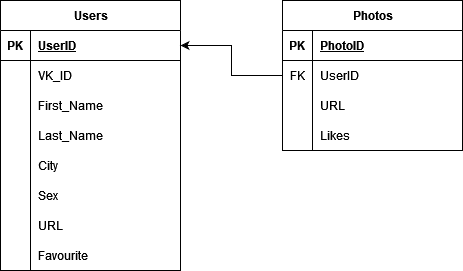
The draw.io diagram PYnder DB.png in Stimul88/PYnder, before a commit. Source tidied: cells renumbered, new cells last; positions are measured from the earlier drawing's top-left corner, leaving out a move shared by most shapes. The source it was exported from:
```xml
<mxGraphModel>
  <root>
    <mxCell id="0" />
    <mxCell id="1" parent="0" />
    <mxCell id="2" value="Users" style="shape=table;startSize=30;rowLines=0;fontStyle=1;align=center;html=1;" parent="1" vertex="1">
      <mxGeometry width="180" height="270" as="geometry" />
    </mxCell>
    <mxCell id="3" style="shape=tableRow;horizontal=0;startSize=0;swimlaneHead=0;swimlaneBody=0;fillColor=none;points=[[0,0.5],[1,0.5]];portConstraint=eastwest;top=0;left=0;right=0;bottom=1;" parent="2" vertex="1">
      <mxGeometry y="30" width="180" height="30" as="geometry" />
    </mxCell>
    <mxCell id="4" value="PK" style="shape=partialRectangle;fillColor=none;top=0;left=0;bottom=0;right=0;fontStyle=1;overflow=hidden;whiteSpace=wrap;html=1;" parent="3" vertex="1">
      <mxGeometry width="30" height="30" as="geometry" />
    </mxCell>
    <mxCell id="5" value="UserID" style="shape=partialRectangle;fillColor=none;top=0;left=0;bottom=0;right=0;align=left;spacingLeft=6;fontStyle=5;overflow=hidden;whiteSpace=wrap;html=1;" parent="3" vertex="1">
      <mxGeometry x="30" width="150" height="30" as="geometry" />
    </mxCell>
    <mxCell id="6" style="shape=tableRow;horizontal=0;startSize=0;swimlaneHead=0;swimlaneBody=0;fillColor=none;top=0;left=0;right=0;bottom=0;" parent="2" vertex="1">
      <mxGeometry y="60" width="180" height="30" as="geometry" />
    </mxCell>
    <mxCell id="7" style="shape=partialRectangle;fillColor=none;top=0;left=0;bottom=0;right=0;overflow=hidden;whiteSpace=wrap;html=1;" parent="6" vertex="1">
      <mxGeometry width="30" height="30" as="geometry" />
    </mxCell>
    <mxCell id="8" value="VK_ID" style="shape=partialRectangle;fillColor=none;top=0;left=0;bottom=0;right=0;align=left;spacingLeft=6;overflow=hidden;whiteSpace=wrap;html=1;" parent="6" vertex="1">
      <mxGeometry x="30" width="150" height="30" as="geometry" />
    </mxCell>
    <mxCell id="9" style="shape=tableRow;horizontal=0;startSize=0;swimlaneHead=0;swimlaneBody=0;fillColor=none;top=0;left=0;right=0;bottom=0;" parent="2" vertex="1">
      <mxGeometry y="90" width="180" height="30" as="geometry" />
    </mxCell>
    <mxCell id="10" style="shape=partialRectangle;fillColor=none;top=0;left=0;bottom=0;right=0;overflow=hidden;whiteSpace=wrap;html=1;" parent="9" vertex="1">
      <mxGeometry width="30" height="30" as="geometry" />
    </mxCell>
    <mxCell id="11" value="First_Name" style="shape=partialRectangle;fillColor=none;top=0;left=0;bottom=0;right=0;align=left;spacingLeft=6;overflow=hidden;whiteSpace=wrap;html=1;" parent="9" vertex="1">
      <mxGeometry x="30" width="150" height="30" as="geometry" />
    </mxCell>
    <mxCell id="12" style="shape=tableRow;horizontal=0;startSize=0;swimlaneHead=0;swimlaneBody=0;fillColor=none;top=0;left=0;right=0;bottom=0;" parent="2" vertex="1">
      <mxGeometry y="120" width="180" height="30" as="geometry" />
    </mxCell>
    <mxCell id="13" style="shape=partialRectangle;fillColor=none;top=0;left=0;bottom=0;right=0;overflow=hidden;whiteSpace=wrap;html=1;" parent="12" vertex="1">
      <mxGeometry width="30" height="30" as="geometry" />
    </mxCell>
    <mxCell id="14" value="Last_Name" style="shape=partialRectangle;fillColor=none;top=0;left=0;bottom=0;right=0;align=left;spacingLeft=6;overflow=hidden;whiteSpace=wrap;html=1;" parent="12" vertex="1">
      <mxGeometry x="30" width="150" height="30" as="geometry" />
    </mxCell>
    <mxCell id="15" style="shape=tableRow;horizontal=0;startSize=0;swimlaneHead=0;swimlaneBody=0;fillColor=none;top=0;left=0;right=0;bottom=0;" parent="2" vertex="1">
      <mxGeometry y="150" width="180" height="30" as="geometry" />
    </mxCell>
    <mxCell id="16" style="shape=partialRectangle;fillColor=none;top=0;left=0;bottom=0;right=0;overflow=hidden;whiteSpace=wrap;html=1;" parent="15" vertex="1">
      <mxGeometry width="30" height="30" as="geometry" />
    </mxCell>
    <mxCell id="17" value="City" style="shape=partialRectangle;fillColor=none;top=0;left=0;bottom=0;right=0;align=left;spacingLeft=6;overflow=hidden;whiteSpace=wrap;html=1;" parent="15" vertex="1">
      <mxGeometry x="30" width="150" height="30" as="geometry" />
    </mxCell>
    <mxCell id="18" style="shape=tableRow;horizontal=0;startSize=0;swimlaneHead=0;swimlaneBody=0;fillColor=none;top=0;left=0;right=0;bottom=0;" parent="2" vertex="1">
      <mxGeometry y="180" width="180" height="30" as="geometry" />
    </mxCell>
    <mxCell id="19" style="shape=partialRectangle;fillColor=none;top=0;left=0;bottom=0;right=0;overflow=hidden;whiteSpace=wrap;html=1;" parent="18" vertex="1">
      <mxGeometry width="30" height="30" as="geometry" />
    </mxCell>
    <mxCell id="20" value="Sex" style="shape=partialRectangle;fillColor=none;top=0;left=0;bottom=0;right=0;align=left;spacingLeft=6;overflow=hidden;whiteSpace=wrap;html=1;" parent="18" vertex="1">
      <mxGeometry x="30" width="150" height="30" as="geometry" />
    </mxCell>
    <mxCell id="21" style="shape=tableRow;horizontal=0;startSize=0;swimlaneHead=0;swimlaneBody=0;fillColor=none;top=0;left=0;right=0;bottom=0;" parent="2" vertex="1">
      <mxGeometry y="210" width="180" height="30" as="geometry" />
    </mxCell>
    <mxCell id="22" style="shape=partialRectangle;fillColor=none;top=0;left=0;bottom=0;right=0;overflow=hidden;whiteSpace=wrap;html=1;" parent="21" vertex="1">
      <mxGeometry width="30" height="30" as="geometry" />
    </mxCell>
    <mxCell id="23" value="URL" style="shape=partialRectangle;fillColor=none;top=0;left=0;bottom=0;right=0;align=left;spacingLeft=6;overflow=hidden;whiteSpace=wrap;html=1;" parent="21" vertex="1">
      <mxGeometry x="30" width="150" height="30" as="geometry" />
    </mxCell>
    <mxCell id="24" style="shape=tableRow;horizontal=0;startSize=0;swimlaneHead=0;swimlaneBody=0;fillColor=none;top=0;left=0;right=0;bottom=0;" parent="2" vertex="1">
      <mxGeometry y="240" width="180" height="30" as="geometry" />
    </mxCell>
    <mxCell id="25" style="shape=partialRectangle;fillColor=none;top=0;left=0;bottom=0;right=0;overflow=hidden;whiteSpace=wrap;html=1;" parent="24" vertex="1">
      <mxGeometry width="30" height="30" as="geometry" />
    </mxCell>
    <mxCell id="26" value="Favourite" style="shape=partialRectangle;fillColor=none;top=0;left=0;bottom=0;right=0;align=left;spacingLeft=6;overflow=hidden;whiteSpace=wrap;html=1;" parent="24" vertex="1">
      <mxGeometry x="30" width="150" height="30" as="geometry" />
    </mxCell>
    <mxCell id="27" style="edgeStyle=orthogonalEdgeStyle;rounded=0;jettySize=auto;html=1;entryX=1;entryY=0.5;entryDx=0;entryDy=0;" parent="1" edge="1" source="28" target="3">
      <mxGeometry relative="1" as="geometry" />
    </mxCell>
    <mxCell id="28" value="Photos" style="shape=table;startSize=30;rowLines=0;fontStyle=1;align=center;html=1;" parent="1" vertex="1">
      <mxGeometry x="282" width="180" height="150" as="geometry" />
    </mxCell>
    <mxCell id="29" style="shape=tableRow;horizontal=0;startSize=0;swimlaneHead=0;swimlaneBody=0;fillColor=none;top=0;left=0;right=0;bottom=1;" parent="28" vertex="1">
      <mxGeometry y="30" width="180" height="30" as="geometry" />
    </mxCell>
    <mxCell id="30" value="PK" style="shape=partialRectangle;fillColor=none;top=0;left=0;bottom=0;right=0;fontStyle=1;overflow=hidden;whiteSpace=wrap;html=1;" parent="29" vertex="1">
      <mxGeometry width="30" height="30" as="geometry" />
    </mxCell>
    <mxCell id="31" value="PhotoID" style="shape=partialRectangle;fillColor=none;top=0;left=0;bottom=0;right=0;align=left;spacingLeft=6;fontStyle=5;overflow=hidden;whiteSpace=wrap;html=1;" parent="29" vertex="1">
      <mxGeometry x="30" width="150" height="30" as="geometry" />
    </mxCell>
    <mxCell id="32" style="shape=tableRow;horizontal=0;startSize=0;swimlaneHead=0;swimlaneBody=0;fillColor=none;top=0;left=0;right=0;bottom=0;" parent="28" vertex="1">
      <mxGeometry y="60" width="180" height="30" as="geometry" />
    </mxCell>
    <mxCell id="33" value="FK" style="shape=partialRectangle;fillColor=none;top=0;left=0;bottom=0;right=0;overflow=hidden;whiteSpace=wrap;html=1;" parent="32" vertex="1">
      <mxGeometry width="30" height="30" as="geometry" />
    </mxCell>
    <mxCell id="34" value="UserID" style="shape=partialRectangle;fillColor=none;top=0;left=0;bottom=0;right=0;align=left;spacingLeft=6;overflow=hidden;whiteSpace=wrap;html=1;" parent="32" vertex="1">
      <mxGeometry x="30" width="150" height="30" as="geometry" />
    </mxCell>
    <mxCell id="35" style="shape=tableRow;horizontal=0;startSize=0;swimlaneHead=0;swimlaneBody=0;fillColor=none;top=0;left=0;right=0;bottom=0;" parent="28" vertex="1">
      <mxGeometry y="90" width="180" height="30" as="geometry" />
    </mxCell>
    <mxCell id="36" style="shape=partialRectangle;fillColor=none;top=0;left=0;bottom=0;right=0;overflow=hidden;whiteSpace=wrap;html=1;" parent="35" vertex="1">
      <mxGeometry width="30" height="30" as="geometry" />
    </mxCell>
    <mxCell id="37" value="URL" style="shape=partialRectangle;fillColor=none;top=0;left=0;bottom=0;right=0;align=left;spacingLeft=6;overflow=hidden;whiteSpace=wrap;html=1;" parent="35" vertex="1">
      <mxGeometry x="30" width="150" height="30" as="geometry" />
    </mxCell>
    <mxCell id="38" style="shape=tableRow;horizontal=0;startSize=0;swimlaneHead=0;swimlaneBody=0;fillColor=none;top=0;left=0;right=0;bottom=0;" parent="28" vertex="1">
      <mxGeometry y="120" width="180" height="30" as="geometry" />
    </mxCell>
    <mxCell id="39" style="shape=partialRectangle;fillColor=none;top=0;left=0;bottom=0;right=0;overflow=hidden;whiteSpace=wrap;html=1;" parent="38" vertex="1">
      <mxGeometry width="30" height="30" as="geometry" />
    </mxCell>
    <mxCell id="40" value="Likes" style="shape=partialRectangle;fillColor=none;top=0;left=0;bottom=0;right=0;align=left;spacingLeft=6;overflow=hidden;whiteSpace=wrap;html=1;" parent="38" vertex="1">
      <mxGeometry x="30" width="150" height="30" as="geometry" />
    </mxCell>
  </root>
</mxGraphModel>
```
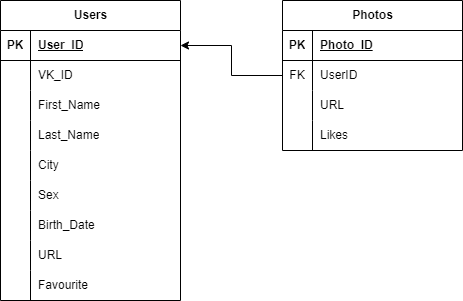
The same file after the commit.

The edit, as a diff of the source:
```diff
@@ -3,7 +3,7 @@
     <mxCell id="0" />
     <mxCell id="1" parent="0" />
     <mxCell id="2" value="Users" style="shape=table;startSize=30;rowLines=0;fontStyle=1;align=center;html=1;" parent="1" vertex="1">
-      <mxGeometry width="180" height="270" as="geometry" />
+      <mxGeometry width="180" height="300" as="geometry" />
     </mxCell>
     <mxCell id="3" style="shape=tableRow;horizontal=0;startSize=0;swimlaneHead=0;swimlaneBody=0;fillColor=none;points=[[0,0.5],[1,0.5]];portConstraint=eastwest;top=0;left=0;right=0;bottom=1;" parent="2" vertex="1">
       <mxGeometry y="30" width="180" height="30" as="geometry" />
@@ -11,7 +11,7 @@
     <mxCell id="4" value="PK" style="shape=partialRectangle;fillColor=none;top=0;left=0;bottom=0;right=0;fontStyle=1;overflow=hidden;whiteSpace=wrap;html=1;" parent="3" vertex="1">
       <mxGeometry width="30" height="30" as="geometry" />
     </mxCell>
-    <mxCell id="5" value="UserID" style="shape=partialRectangle;fillColor=none;top=0;left=0;bottom=0;right=0;align=left;spacingLeft=6;fontStyle=5;overflow=hidden;whiteSpace=wrap;html=1;" parent="3" vertex="1">
+    <mxCell id="5" value="User_ID" style="shape=partialRectangle;fillColor=none;top=0;left=0;bottom=0;right=0;align=left;spacingLeft=6;fontStyle=5;overflow=hidden;whiteSpace=wrap;html=1;" parent="3" vertex="1">
       <mxGeometry x="30" width="150" height="30" as="geometry" />
     </mxCell>
     <mxCell id="6" style="shape=tableRow;horizontal=0;startSize=0;swimlaneHead=0;swimlaneBody=0;fillColor=none;top=0;left=0;right=0;bottom=0;" parent="2" vertex="1">
@@ -59,8 +59,17 @@
     <mxCell id="20" value="Sex" style="shape=partialRectangle;fillColor=none;top=0;left=0;bottom=0;right=0;align=left;spacingLeft=6;overflow=hidden;whiteSpace=wrap;html=1;" parent="18" vertex="1">
       <mxGeometry x="30" width="150" height="30" as="geometry" />
     </mxCell>
+    <mxCell id="41" style="shape=tableRow;horizontal=0;startSize=0;swimlaneHead=0;swimlaneBody=0;fillColor=none;top=0;left=0;right=0;bottom=0;" parent="2" vertex="1">
+      <mxGeometry y="210" width="180" height="30" as="geometry" />
+    </mxCell>
+    <mxCell id="42" style="shape=partialRectangle;fillColor=none;top=0;left=0;bottom=0;right=0;overflow=hidden;whiteSpace=wrap;html=1;" parent="41" vertex="1">
+      <mxGeometry width="30" height="30" as="geometry" />
+    </mxCell>
+    <mxCell id="43" value="Birth_Date" style="shape=partialRectangle;fillColor=none;top=0;left=0;bottom=0;right=0;align=left;spacingLeft=6;overflow=hidden;whiteSpace=wrap;html=1;" parent="41" vertex="1">
+      <mxGeometry x="30" width="150" height="30" as="geometry" />
+    </mxCell>
     <mxCell id="21" style="shape=tableRow;horizontal=0;startSize=0;swimlaneHead=0;swimlaneBody=0;fillColor=none;top=0;left=0;right=0;bottom=0;" parent="2" vertex="1">
-      <mxGeometry y="210" width="180" height="30" as="geometry" />
+      <mxGeometry y="240" width="180" height="30" as="geometry" />
     </mxCell>
     <mxCell id="22" style="shape=partialRectangle;fillColor=none;top=0;left=0;bottom=0;right=0;overflow=hidden;whiteSpace=wrap;html=1;" parent="21" vertex="1">
       <mxGeometry width="30" height="30" as="geometry" />
@@ -69,7 +78,7 @@
       <mxGeometry x="30" width="150" height="30" as="geometry" />
     </mxCell>
     <mxCell id="24" style="shape=tableRow;horizontal=0;startSize=0;swimlaneHead=0;swimlaneBody=0;fillColor=none;top=0;left=0;right=0;bottom=0;" parent="2" vertex="1">
-      <mxGeometry y="240" width="180" height="30" as="geometry" />
+      <mxGeometry y="270" width="180" height="30" as="geometry" />
     </mxCell>
     <mxCell id="25" style="shape=partialRectangle;fillColor=none;top=0;left=0;bottom=0;right=0;overflow=hidden;whiteSpace=wrap;html=1;" parent="24" vertex="1">
       <mxGeometry width="30" height="30" as="geometry" />
@@ -89,7 +98,7 @@
     <mxCell id="30" value="PK" style="shape=partialRectangle;fillColor=none;top=0;left=0;bottom=0;right=0;fontStyle=1;overflow=hidden;whiteSpace=wrap;html=1;" parent="29" vertex="1">
       <mxGeometry width="30" height="30" as="geometry" />
     </mxCell>
-    <mxCell id="31" value="PhotoID" style="shape=partialRectangle;fillColor=none;top=0;left=0;bottom=0;right=0;align=left;spacingLeft=6;fontStyle=5;overflow=hidden;whiteSpace=wrap;html=1;" parent="29" vertex="1">
+    <mxCell id="31" value="Photo_ID" style="shape=partialRectangle;fillColor=none;top=0;left=0;bottom=0;right=0;align=left;spacingLeft=6;fontStyle=5;overflow=hidden;whiteSpace=wrap;html=1;" parent="29" vertex="1">
       <mxGeometry x="30" width="150" height="30" as="geometry" />
     </mxCell>
     <mxCell id="32" style="shape=tableRow;horizontal=0;startSize=0;swimlaneHead=0;swimlaneBody=0;fillColor=none;top=0;left=0;right=0;bottom=0;" parent="28" vertex="1">
```
